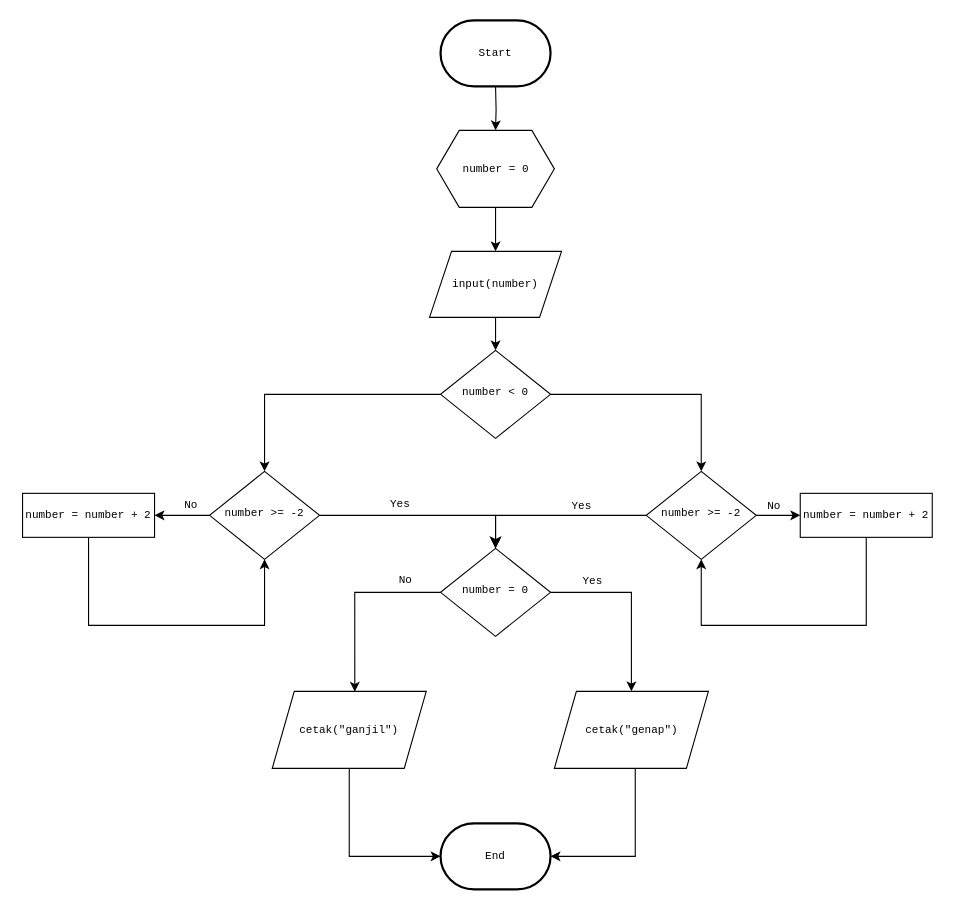
Above: GanjilAtauGenap.drawio in jovianka/algorithm-flowcharts (draw.io), before the change. Source tidied: cells renumbered, new cells numbered last; positions are measured from the earlier drawing's top-left corner, leaving out a move shared by most shapes. Both pictures are drawn from the tidied source at 110%, with x=0, y=0 at pixel (22, 20).
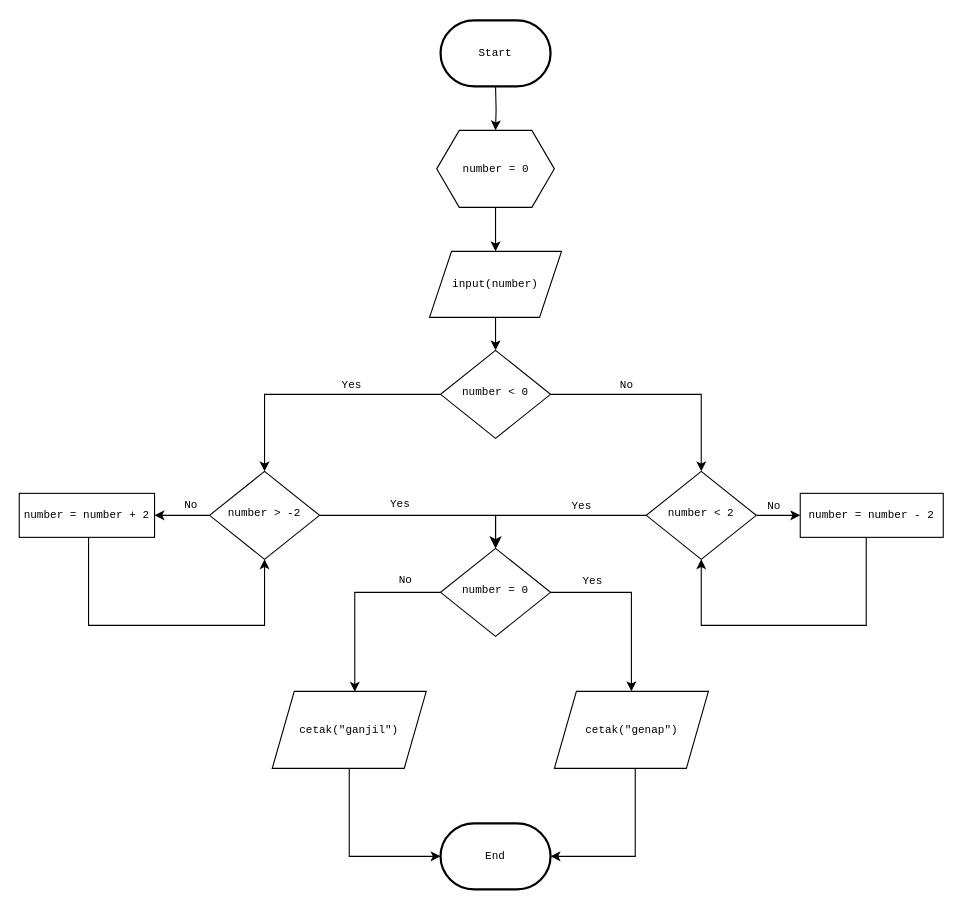
After the change.

Unchanged cells that the change refers to:
```xml
<mxCell id="3" style="edgeStyle=orthogonalEdgeStyle;rounded=0;jettySize=auto;html=1;entryX=0.5;entryY=0;entryDx=0;entryDy=0;fontFamily=Courier New;fontSize=10;" parent="1" edge="1" source="5" target="9">
  <mxGeometry relative="1" as="geometry" />
</mxCell>
<mxCell id="4" style="edgeStyle=orthogonalEdgeStyle;rounded=0;jettySize=auto;html=1;entryX=0.5;entryY=0;entryDx=0;entryDy=0;fontFamily=Courier New;fontSize=10;" parent="1" edge="1" source="5" target="30">
  <mxGeometry relative="1" as="geometry" />
</mxCell>
```

What changed in the source:
```diff
@@
+    <mxCell id="35" value="&lt;font style=&quot;font-size: 10px;&quot; face=&quot;Courier New&quot;&gt;Yes&lt;/font&gt;" style="edgeLabel;html=1;align=center;verticalAlign=middle;" parent="3" vertex="1">
+      <mxGeometry x="-0.37" relative="1" as="geometry">
+        <mxPoint x="-10" y="-10" as="offset" />
+      </mxGeometry>
+    </mxCell>
@@
+    <mxCell id="36" value="&lt;font style=&quot;font-size: 10px;&quot; face=&quot;Courier New&quot;&gt;No&lt;/font&gt;" style="edgeLabel;html=1;align=center;verticalAlign=middle;" parent="4" vertex="1">
+      <mxGeometry x="-0.34" y="-1" relative="1" as="geometry">
+        <mxPoint y="-11" as="offset" />
+      </mxGeometry>
+    </mxCell>
@@
-    <mxCell id="9" value="number &amp;gt;= -2" style="rhombus;whiteSpace=wrap;html=1;shadow=0;fontFamily=Courier New;fontSize=10;align=center;strokeWidth=1;spacing=6;spacingTop=-4;" parent="1" vertex="1">
+    <mxCell id="9" value="number &amp;gt; -2" style="rhombus;whiteSpace=wrap;html=1;shadow=0;fontFamily=Courier New;fontSize=10;align=center;strokeWidth=1;spacing=6;spacingTop=-4;" parent="1" vertex="1">
       <mxGeometry x="170" y="410" width="100" height="80" as="geometry" />
     </mxCell>
@@
     <mxCell id="11" value="number = number + 2" style="rounded=1;whiteSpace=wrap;html=1;fontSize=10;glass=0;strokeWidth=1;shadow=0;fontFamily=Courier New;arcSize=0;" parent="1" vertex="1">
-      <mxGeometry y="430" width="120" height="40" as="geometry" />
+      <mxGeometry x="-3" y="430" width="123" height="40" as="geometry" />
     </mxCell>
@@
-    <mxCell id="30" value="number &amp;gt;= -2" style="rhombus;whiteSpace=wrap;html=1;shadow=0;fontFamily=Courier New;fontSize=10;align=center;strokeWidth=1;spacing=6;spacingTop=-4;" parent="1" vertex="1">
+    <mxCell id="30" value="number &amp;lt; 2" style="rhombus;whiteSpace=wrap;html=1;shadow=0;fontFamily=Courier New;fontSize=10;align=center;strokeWidth=1;spacing=6;spacingTop=-4;" parent="1" vertex="1">
       <mxGeometry x="567" y="410" width="100" height="80" as="geometry" />
     </mxCell>
@@
-    <mxCell id="34" value="number = number + 2" style="rounded=1;whiteSpace=wrap;html=1;fontSize=10;glass=0;strokeWidth=1;shadow=0;fontFamily=Courier New;arcSize=0;" parent="1" vertex="1">
-      <mxGeometry x="707" y="430" width="120" height="40" as="geometry" />
+    <mxCell id="34" value="number = number - 2" style="rounded=1;whiteSpace=wrap;html=1;fontSize=10;glass=0;strokeWidth=1;shadow=0;fontFamily=Courier New;arcSize=0;" parent="1" vertex="1">
+      <mxGeometry x="707" y="430" width="130" height="40" as="geometry" />
     </mxCell>
```
